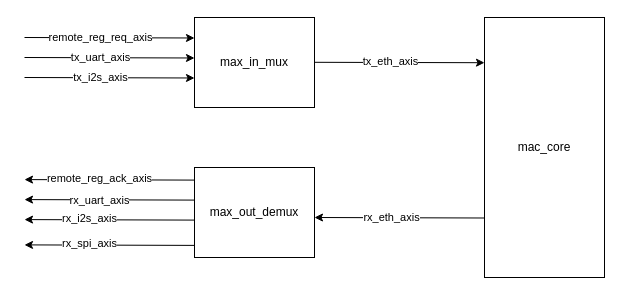
This is page "架构 - mac" (15 of 15) of Audio-Ethernet.drawio from gdhzyz/draws, a draw.io file, before an edit. Source tidied: cells renumbered, new cells numbered last; positions are measured from the earlier drawing's top-left corner, leaving out a move shared by most shapes. Both pictures are drawn from the tidied source at 100%, with x=0, y=0 at pixel (24, 17).
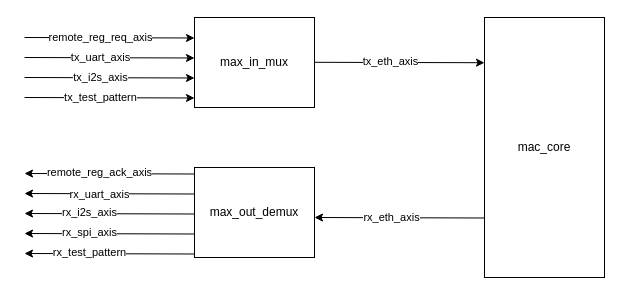
Above is the later version.

Change to the diagram source:
```diff
@@
     <mxCell id="15" style="endArrow=classic;html=1;rounded=0;entryX=-0.006;entryY=0.511;entryDx=0;entryDy=0;entryPerimeter=0;" parent="1" edge="1">
       <mxGeometry relative="1" as="geometry">
-        <mxPoint x="170" y="162.6" as="sourcePoint" />
-        <mxPoint y="162.1" as="targetPoint" />
+        <mxPoint x="170" y="156.5" as="sourcePoint" />
+        <mxPoint y="156" as="targetPoint" />
       </mxGeometry>
     </mxCell>
@@
     <mxCell id="17" style="endArrow=classic;html=1;rounded=0;entryX=-0.006;entryY=0.511;entryDx=0;entryDy=0;entryPerimeter=0;" parent="1" edge="1">
       <mxGeometry relative="1" as="geometry">
-        <mxPoint x="170" y="182.6" as="sourcePoint" />
-        <mxPoint y="182.1" as="targetPoint" />
+        <mxPoint x="170" y="176.5" as="sourcePoint" />
+        <mxPoint y="176" as="targetPoint" />
       </mxGeometry>
     </mxCell>
@@
     <mxCell id="19" style="endArrow=classic;html=1;rounded=0;entryX=-0.006;entryY=0.511;entryDx=0;entryDy=0;entryPerimeter=0;" parent="1" edge="1">
       <mxGeometry relative="1" as="geometry">
-        <mxPoint x="170" y="202.6" as="sourcePoint" />
-        <mxPoint y="202.1" as="targetPoint" />
+        <mxPoint x="170" y="196.5" as="sourcePoint" />
+        <mxPoint y="196" as="targetPoint" />
       </mxGeometry>
     </mxCell>
@@
     <mxCell id="21" style="endArrow=classic;html=1;rounded=0;entryX=-0.006;entryY=0.511;entryDx=0;entryDy=0;entryPerimeter=0;" parent="1" edge="1">
       <mxGeometry relative="1" as="geometry">
-        <mxPoint x="170" y="227.9" as="sourcePoint" />
-        <mxPoint y="227.4" as="targetPoint" />
+        <mxPoint x="170" y="216.5" as="sourcePoint" />
+        <mxPoint y="216" as="targetPoint" />
       </mxGeometry>
     </mxCell>
@@
+    <mxCell id="23" style="endArrow=classic;html=1;rounded=0;entryX=-0.006;entryY=0.511;entryDx=0;entryDy=0;entryPerimeter=0;" parent="1" edge="1">
+      <mxGeometry relative="1" as="geometry">
+        <mxPoint y="80" as="sourcePoint" />
+        <mxPoint x="170" y="80.5" as="targetPoint" />
+      </mxGeometry>
+    </mxCell>
+    <mxCell id="24" value="&lt;font style=&quot;font-size: 11px;&quot;&gt;tx_test_pattern&lt;/font&gt;" style="edgeLabel;html=1;align=center;verticalAlign=middle;fontSize=15;" parent="23" vertex="1">
+      <mxGeometry x="-0.12" y="3" relative="1" as="geometry" />
+    </mxCell>
+    <mxCell id="25" style="endArrow=classic;html=1;rounded=0;entryX=-0.006;entryY=0.511;entryDx=0;entryDy=0;entryPerimeter=0;" parent="1" edge="1">
+      <mxGeometry relative="1" as="geometry">
+        <mxPoint x="170" y="236.5" as="sourcePoint" />
+        <mxPoint y="236" as="targetPoint" />
+      </mxGeometry>
+    </mxCell>
+    <mxCell id="26" value="rx_test_pattern" style="edgeLabel;html=1;align=center;verticalAlign=middle;" parent="25" vertex="1">
+      <mxGeometry x="0.25" y="-2" relative="1" as="geometry" />
+    </mxCell>
```
